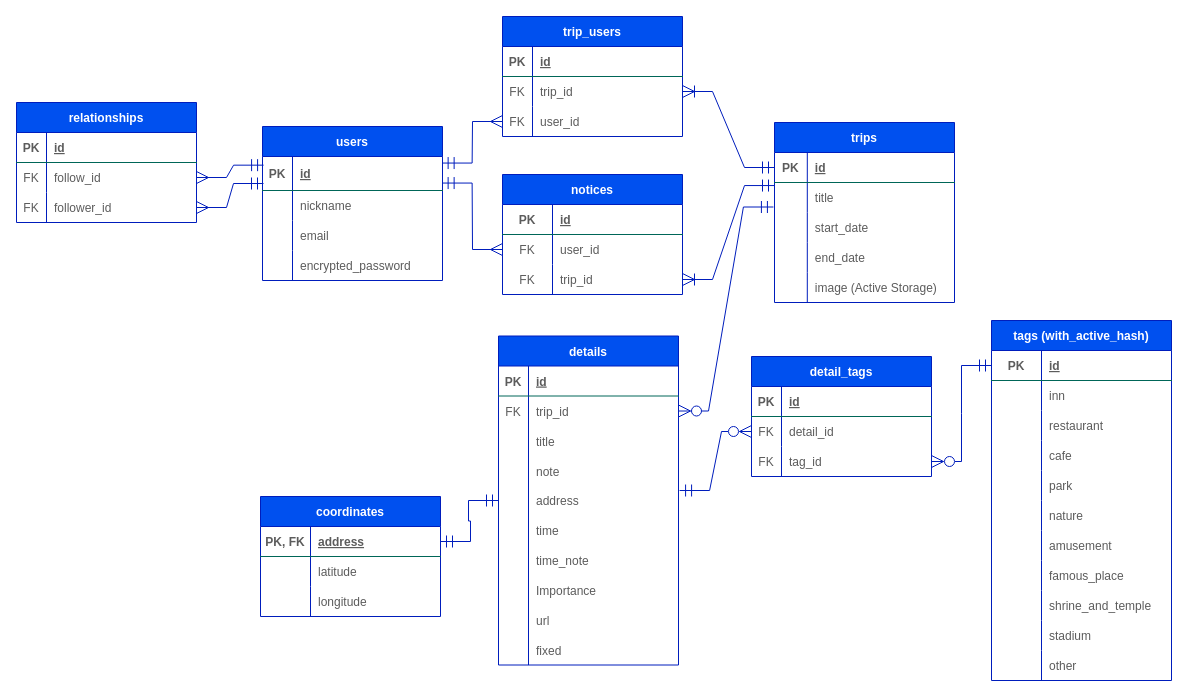
Above: .dio in satomi46/trip_maker (draw.io), before the change. Source tidied: cells renumbered, new cells numbered last; positions are measured from the earlier drawing's top-left corner, leaving out a move shared by most shapes. Both pictures are drawn from the tidied source at 100%, with x=0, y=0 at pixel (16, 16).
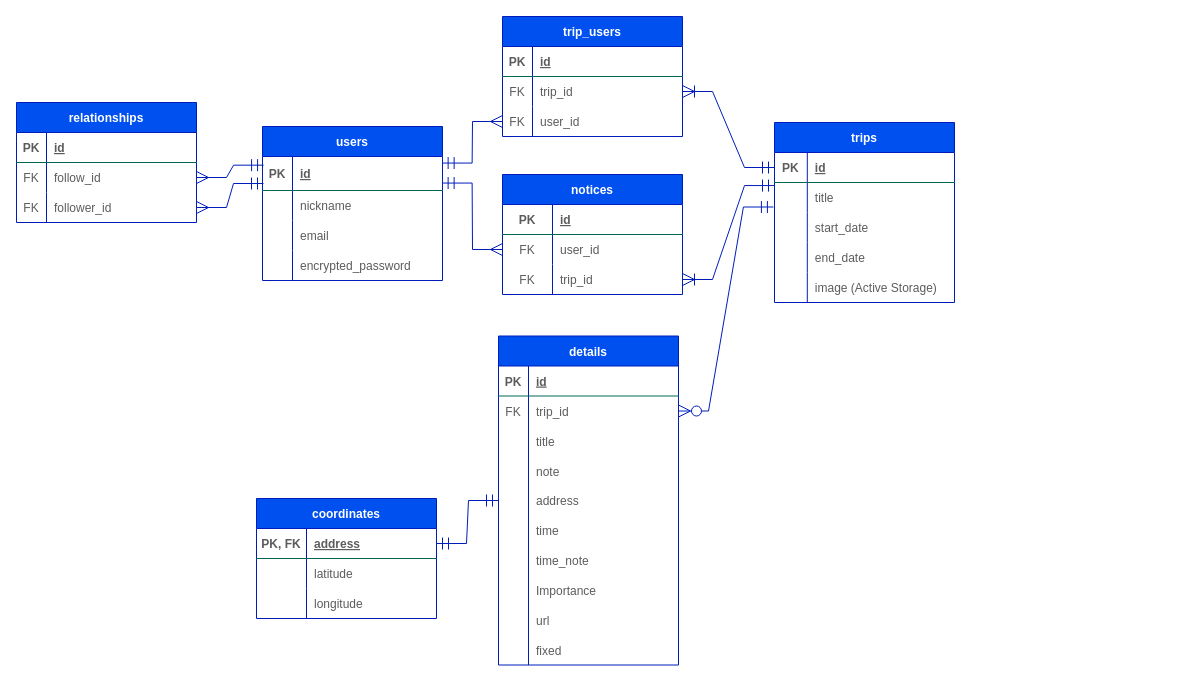
The same diagram, later.

The change refers to these unchanged cells:
```xml
<mxCell id="51" style="shape=tableRow;horizontal=0;startSize=0;swimlaneHead=0;swimlaneBody=0;fillColor=none;points=[[0,0.5],[1,0.5]];portConstraint=eastwest;top=0;left=0;right=0;bottom=0;rounded=0;strokeColor=#006658;fontColor=#5C5C5C;" parent="41" vertex="1">
  <mxGeometry y="120" width="180" height="30" as="geometry" />
</mxCell>
```

The edit, as a diff of the source:
```diff
@@
-    <mxCell id="31" value="detail_tags" style="shape=table;startSize=30;childLayout=tableLayout;rowLines=0;fontStyle=1;align=center;rounded=0;fillColor=#0050ef;strokeColor=#001DBC;fontColor=#ffffff;fixDash=0;" parent="1" vertex="1">
-      <mxGeometry x="735" y="340" width="180" height="120" as="geometry" />
-    </mxCell>
-    <mxCell id="32" style="shape=tableRow;horizontal=0;startSize=0;swimlaneHead=0;swimlaneBody=0;fillColor=none;top=0;left=0;right=0;bottom=1;rounded=0;strokeColor=#006658;fontColor=#5C5C5C;" parent="31" vertex="1">
-      <mxGeometry y="30" width="180" height="30" as="geometry" />
-    </mxCell>
-    <mxCell id="33" value="PK" style="shape=partialRectangle;fillColor=none;top=0;left=0;bottom=0;right=0;fontStyle=1;overflow=hidden;rounded=0;strokeColor=#006658;fontColor=#5C5C5C;" parent="32" vertex="1">
-      <mxGeometry width="30" height="30" as="geometry" />
-    </mxCell>
-    <mxCell id="34" value="id" style="shape=partialRectangle;fillColor=none;top=0;left=0;bottom=0;right=0;align=left;spacingLeft=6;fontStyle=5;overflow=hidden;rounded=0;strokeColor=#006658;fontColor=#5C5C5C;" parent="32" vertex="1">
-      <mxGeometry x="30" width="150" height="30" as="geometry" />
-    </mxCell>
-    <mxCell id="35" style="shape=tableRow;horizontal=0;startSize=0;swimlaneHead=0;swimlaneBody=0;fillColor=none;points=[[0,0.5],[1,0.5]];portConstraint=eastwest;top=0;left=0;right=0;bottom=0;rounded=0;strokeColor=#006658;fontColor=#5C5C5C;" parent="31" vertex="1">
-      <mxGeometry y="60" width="180" height="30" as="geometry" />
-    </mxCell>
-    <mxCell id="36" value="FK" style="shape=partialRectangle;fillColor=none;top=0;left=0;bottom=0;right=0;overflow=hidden;rounded=0;strokeColor=#006658;fontColor=#5C5C5C;" parent="35" vertex="1">
-      <mxGeometry width="30" height="30" as="geometry" />
-    </mxCell>
-    <mxCell id="37" value="detail_id" style="shape=partialRectangle;fillColor=none;top=0;left=0;bottom=0;right=0;align=left;spacingLeft=6;overflow=hidden;rounded=0;strokeColor=#006658;fontColor=#5C5C5C;" parent="35" vertex="1">
-      <mxGeometry x="30" width="150" height="30" as="geometry" />
-    </mxCell>
-    <mxCell id="38" style="shape=tableRow;horizontal=0;startSize=0;swimlaneHead=0;swimlaneBody=0;fillColor=none;points=[[0,0.5],[1,0.5]];portConstraint=eastwest;top=0;left=0;right=0;bottom=0;rounded=0;strokeColor=#006658;fontColor=#5C5C5C;" parent="31" vertex="1">
-      <mxGeometry y="90" width="180" height="30" as="geometry" />
-    </mxCell>
-    <mxCell id="39" value="FK" style="shape=partialRectangle;fillColor=none;top=0;left=0;bottom=0;right=0;overflow=hidden;rounded=0;strokeColor=#006658;fontColor=#5C5C5C;" parent="38" vertex="1">
-      <mxGeometry width="30" height="30" as="geometry" />
-    </mxCell>
-    <mxCell id="40" value="tag_id" style="shape=partialRectangle;fillColor=none;top=0;left=0;bottom=0;right=0;align=left;spacingLeft=6;overflow=hidden;rounded=0;strokeColor=#006658;fontColor=#5C5C5C;" parent="38" vertex="1">
-      <mxGeometry x="30" width="150" height="30" as="geometry" />
-    </mxCell>
@@
     <mxCell id="72" value="coordinates" style="shape=table;startSize=30;childLayout=tableLayout;rowLines=0;fontStyle=1;align=center;rounded=0;fillColor=#0050ef;strokeColor=#001DBC;fontColor=#ffffff;fixDash=0;" parent="1" vertex="1">
-      <mxGeometry x="244" y="480" width="180" height="120" as="geometry" />
+      <mxGeometry x="240" y="482" width="180" height="120" as="geometry" />
     </mxCell>
@@
-    <mxCell id="82" value="tags (with_active_hash)" style="shape=table;startSize=30;childLayout=tableLayout;rowLines=0;fontStyle=1;align=center;rounded=0;fillColor=#0050ef;strokeColor=#001DBC;fontColor=#ffffff;fixDash=0;" parent="1" vertex="1">
-      <mxGeometry x="975" y="304" width="180" height="360" as="geometry" />
-    </mxCell>
-    <mxCell id="83" style="shape=tableRow;horizontal=0;startSize=0;swimlaneHead=0;swimlaneBody=0;fillColor=none;points=[[0,0.5],[1,0.5]];portConstraint=eastwest;top=0;left=0;right=0;bottom=1;rounded=0;strokeColor=#006658;fontColor=#5C5C5C;" parent="82" vertex="1">
-      <mxGeometry y="30" width="180" height="30" as="geometry" />
-    </mxCell>
-    <mxCell id="84" value="PK" style="shape=partialRectangle;fillColor=none;top=0;left=0;bottom=0;right=0;fontStyle=1;overflow=hidden;rounded=0;strokeColor=#006658;fontColor=#5C5C5C;" parent="83" vertex="1">
-      <mxGeometry width="50" height="30" as="geometry" />
-    </mxCell>
-    <mxCell id="85" value="id" style="shape=partialRectangle;fillColor=none;top=0;left=0;bottom=0;right=0;align=left;spacingLeft=6;fontStyle=5;overflow=hidden;rounded=0;strokeColor=#006658;fontColor=#5C5C5C;" parent="83" vertex="1">
-      <mxGeometry x="50" width="130" height="30" as="geometry" />
-    </mxCell>
-    <mxCell id="86" style="shape=tableRow;horizontal=0;startSize=0;swimlaneHead=0;swimlaneBody=0;fillColor=none;top=0;left=0;right=0;bottom=0;rounded=0;strokeColor=#006658;fontColor=#5C5C5C;" parent="82" vertex="1">
-      <mxGeometry y="60" width="180" height="30" as="geometry" />
-    </mxCell>
-    <mxCell id="87" style="shape=partialRectangle;fillColor=none;top=0;left=0;bottom=0;right=0;overflow=hidden;rounded=0;strokeColor=#006658;fontColor=#5C5C5C;" parent="86" vertex="1">
-      <mxGeometry width="50" height="30" as="geometry" />
-    </mxCell>
-    <mxCell id="88" value="inn" style="shape=partialRectangle;fillColor=none;top=0;left=0;bottom=0;right=0;align=left;spacingLeft=6;overflow=hidden;rounded=0;strokeColor=#006658;fontColor=#5C5C5C;" parent="86" vertex="1">
-      <mxGeometry x="50" width="130" height="30" as="geometry" />
-    </mxCell>
-    <mxCell id="89" style="shape=tableRow;horizontal=0;startSize=0;swimlaneHead=0;swimlaneBody=0;fillColor=none;top=0;left=0;right=0;bottom=0;rounded=0;strokeColor=#006658;fontColor=#5C5C5C;" parent="82" vertex="1">
-      <mxGeometry y="90" width="180" height="30" as="geometry" />
-    </mxCell>
-    <mxCell id="90" style="shape=partialRectangle;fillColor=none;top=0;left=0;bottom=0;right=0;overflow=hidden;rounded=0;strokeColor=#006658;fontColor=#5C5C5C;" parent="89" vertex="1">
-      <mxGeometry width="50" height="30" as="geometry" />
-    </mxCell>
-    <mxCell id="91" value="restaurant" style="shape=partialRectangle;fillColor=none;top=0;left=0;bottom=0;right=0;align=left;spacingLeft=6;overflow=hidden;rounded=0;strokeColor=#006658;fontColor=#5C5C5C;" parent="89" vertex="1">
-      <mxGeometry x="50" width="130" height="30" as="geometry" />
-    </mxCell>
-    <mxCell id="92" style="shape=tableRow;horizontal=0;startSize=0;swimlaneHead=0;swimlaneBody=0;fillColor=none;top=0;left=0;right=0;bottom=0;rounded=0;strokeColor=#006658;fontColor=#5C5C5C;" parent="82" vertex="1">
-      <mxGeometry y="120" width="180" height="30" as="geometry" />
-    </mxCell>
-    <mxCell id="93" style="shape=partialRectangle;fillColor=none;top=0;left=0;bottom=0;right=0;overflow=hidden;rounded=0;strokeColor=#006658;fontColor=#5C5C5C;" parent="92" vertex="1">
-      <mxGeometry width="50" height="30" as="geometry" />
-    </mxCell>
-    <mxCell id="94" value="cafe" style="shape=partialRectangle;fillColor=none;top=0;left=0;bottom=0;right=0;align=left;spacingLeft=6;overflow=hidden;rounded=0;strokeColor=#006658;fontColor=#5C5C5C;" parent="92" vertex="1">
-      <mxGeometry x="50" width="130" height="30" as="geometry" />
-    </mxCell>
-    <mxCell id="95" style="shape=tableRow;horizontal=0;startSize=0;swimlaneHead=0;swimlaneBody=0;fillColor=none;top=0;left=0;right=0;bottom=0;rounded=0;strokeColor=#006658;fontColor=#5C5C5C;" parent="82" vertex="1">
-      <mxGeometry y="150" width="180" height="30" as="geometry" />
-    </mxCell>
-    <mxCell id="96" style="shape=partialRectangle;fillColor=none;top=0;left=0;bottom=0;right=0;overflow=hidden;rounded=0;strokeColor=#006658;fontColor=#5C5C5C;" parent="95" vertex="1">
-      <mxGeometry width="50" height="30" as="geometry" />
-    </mxCell>
-    <mxCell id="97" value="park" style="shape=partialRectangle;fillColor=none;top=0;left=0;bottom=0;right=0;align=left;spacingLeft=6;overflow=hidden;rounded=0;strokeColor=#006658;fontColor=#5C5C5C;" parent="95" vertex="1">
-      <mxGeometry x="50" width="130" height="30" as="geometry" />
-    </mxCell>
-    <mxCell id="98" style="shape=tableRow;horizontal=0;startSize=0;swimlaneHead=0;swimlaneBody=0;fillColor=none;top=0;left=0;right=0;bottom=0;rounded=0;strokeColor=#006658;fontColor=#5C5C5C;" parent="82" vertex="1">
-      <mxGeometry y="180" width="180" height="30" as="geometry" />
-    </mxCell>
-    <mxCell id="99" style="shape=partialRectangle;fillColor=none;top=0;left=0;bottom=0;right=0;overflow=hidden;rounded=0;strokeColor=#006658;fontColor=#5C5C5C;" parent="98" vertex="1">
-      <mxGeometry width="50" height="30" as="geometry" />
-    </mxCell>
-    <mxCell id="100" value="nature" style="shape=partialRectangle;fillColor=none;top=0;left=0;bottom=0;right=0;align=left;spacingLeft=6;overflow=hidden;rounded=0;strokeColor=#006658;fontColor=#5C5C5C;" parent="98" vertex="1">
-      <mxGeometry x="50" width="130" height="30" as="geometry" />
-    </mxCell>
-    <mxCell id="101" style="shape=tableRow;horizontal=0;startSize=0;swimlaneHead=0;swimlaneBody=0;fillColor=none;top=0;left=0;right=0;bottom=0;rounded=0;strokeColor=#006658;fontColor=#5C5C5C;" parent="82" vertex="1">
-      <mxGeometry y="210" width="180" height="30" as="geometry" />
-    </mxCell>
-    <mxCell id="102" style="shape=partialRectangle;fillColor=none;top=0;left=0;bottom=0;right=0;overflow=hidden;rounded=0;strokeColor=#006658;fontColor=#5C5C5C;" parent="101" vertex="1">
-      <mxGeometry width="50" height="30" as="geometry" />
-    </mxCell>
-    <mxCell id="103" value="amusement" style="shape=partialRectangle;fillColor=none;top=0;left=0;bottom=0;right=0;align=left;spacingLeft=6;overflow=hidden;rounded=0;strokeColor=#006658;fontColor=#5C5C5C;" parent="101" vertex="1">
-      <mxGeometry x="50" width="130" height="30" as="geometry" />
-    </mxCell>
-    <mxCell id="104" style="shape=tableRow;horizontal=0;startSize=0;swimlaneHead=0;swimlaneBody=0;fillColor=none;top=0;left=0;right=0;bottom=0;rounded=0;strokeColor=#006658;fontColor=#5C5C5C;" parent="82" vertex="1">
-      <mxGeometry y="240" width="180" height="30" as="geometry" />
-    </mxCell>
-    <mxCell id="105" style="shape=partialRectangle;fillColor=none;top=0;left=0;bottom=0;right=0;overflow=hidden;rounded=0;strokeColor=#006658;fontColor=#5C5C5C;" parent="104" vertex="1">
-      <mxGeometry width="50" height="30" as="geometry" />
-    </mxCell>
-    <mxCell id="106" value="famous_place" style="shape=partialRectangle;fillColor=none;top=0;left=0;bottom=0;right=0;align=left;spacingLeft=6;overflow=hidden;rounded=0;strokeColor=#006658;fontColor=#5C5C5C;" parent="104" vertex="1">
-      <mxGeometry x="50" width="130" height="30" as="geometry" />
-    </mxCell>
-    <mxCell id="107" style="shape=tableRow;horizontal=0;startSize=0;swimlaneHead=0;swimlaneBody=0;fillColor=none;top=0;left=0;right=0;bottom=0;rounded=0;strokeColor=#006658;fontColor=#5C5C5C;" parent="82" vertex="1">
-      <mxGeometry y="270" width="180" height="30" as="geometry" />
-    </mxCell>
-    <mxCell id="108" style="shape=partialRectangle;fillColor=none;top=0;left=0;bottom=0;right=0;overflow=hidden;rounded=0;strokeColor=#006658;fontColor=#5C5C5C;" parent="107" vertex="1">
-      <mxGeometry width="50" height="30" as="geometry" />
-    </mxCell>
-    <mxCell id="109" value="shrine_and_temple" style="shape=partialRectangle;fillColor=none;top=0;left=0;bottom=0;right=0;align=left;spacingLeft=6;overflow=hidden;rounded=0;strokeColor=#006658;fontColor=#5C5C5C;" parent="107" vertex="1">
-      <mxGeometry x="50" width="130" height="30" as="geometry" />
-    </mxCell>
-    <mxCell id="110" style="shape=tableRow;horizontal=0;startSize=0;swimlaneHead=0;swimlaneBody=0;fillColor=none;top=0;left=0;right=0;bottom=0;rounded=0;strokeColor=#006658;fontColor=#5C5C5C;" parent="82" vertex="1">
-      <mxGeometry y="300" width="180" height="30" as="geometry" />
-    </mxCell>
-    <mxCell id="111" style="shape=partialRectangle;fillColor=none;top=0;left=0;bottom=0;right=0;overflow=hidden;rounded=0;strokeColor=#006658;fontColor=#5C5C5C;" parent="110" vertex="1">
-      <mxGeometry width="50" height="30" as="geometry" />
-    </mxCell>
-    <mxCell id="112" value="stadium" style="shape=partialRectangle;fillColor=none;top=0;left=0;bottom=0;right=0;align=left;spacingLeft=6;overflow=hidden;rounded=0;strokeColor=#006658;fontColor=#5C5C5C;" parent="110" vertex="1">
-      <mxGeometry x="50" width="130" height="30" as="geometry" />
-    </mxCell>
-    <mxCell id="113" style="shape=tableRow;horizontal=0;startSize=0;swimlaneHead=0;swimlaneBody=0;fillColor=none;top=0;left=0;right=0;bottom=0;rounded=0;strokeColor=#006658;fontColor=#5C5C5C;" parent="82" vertex="1">
-      <mxGeometry y="330" width="180" height="30" as="geometry" />
-    </mxCell>
-    <mxCell id="114" style="shape=partialRectangle;fillColor=none;top=0;left=0;bottom=0;right=0;overflow=hidden;rounded=0;strokeColor=#006658;fontColor=#5C5C5C;" parent="113" vertex="1">
-      <mxGeometry width="50" height="30" as="geometry" />
-    </mxCell>
-    <mxCell id="115" value="other" style="shape=partialRectangle;fillColor=none;top=0;left=0;bottom=0;right=0;align=left;spacingLeft=6;overflow=hidden;rounded=0;strokeColor=#006658;fontColor=#5C5C5C;" parent="113" vertex="1">
-      <mxGeometry x="50" width="130" height="30" as="geometry" />
-    </mxCell>
@@
-    <mxCell id="130" style="edgeStyle=entityRelationEdgeStyle;rounded=0;jettySize=auto;html=1;exitX=0;exitY=0.5;exitDx=0;exitDy=0;entryX=1.006;entryY=1.15;entryDx=0;entryDy=0;entryPerimeter=0;startArrow=ERzeroToMany;startFill=0;endArrow=ERmandOne;endFill=0;startSize=10;endSize=10;targetPerimeterSpacing=0;strokeColor=#001DBC;fontColor=#ffffff;fillColor=#0050ef;fixDash=0;snapToPoint=0;fontSize=12;fontStyle=1;" parent="1" edge="1" source="35" target="51">
-      <mxGeometry relative="1" as="geometry" />
-    </mxCell>
-    <mxCell id="131" style="edgeStyle=entityRelationEdgeStyle;rounded=0;jettySize=auto;html=1;exitX=1;exitY=0.5;exitDx=0;exitDy=0;entryX=0;entryY=0.5;entryDx=0;entryDy=0;startArrow=ERzeroToMany;startFill=0;endArrow=ERmandOne;endFill=0;startSize=10;endSize=10;targetPerimeterSpacing=0;strokeColor=#001DBC;fontColor=#ffffff;fillColor=#0050ef;fixDash=0;snapToPoint=0;fontSize=12;fontStyle=1;" parent="1" edge="1" source="38" target="83">
-      <mxGeometry relative="1" as="geometry" />
-    </mxCell>
```
